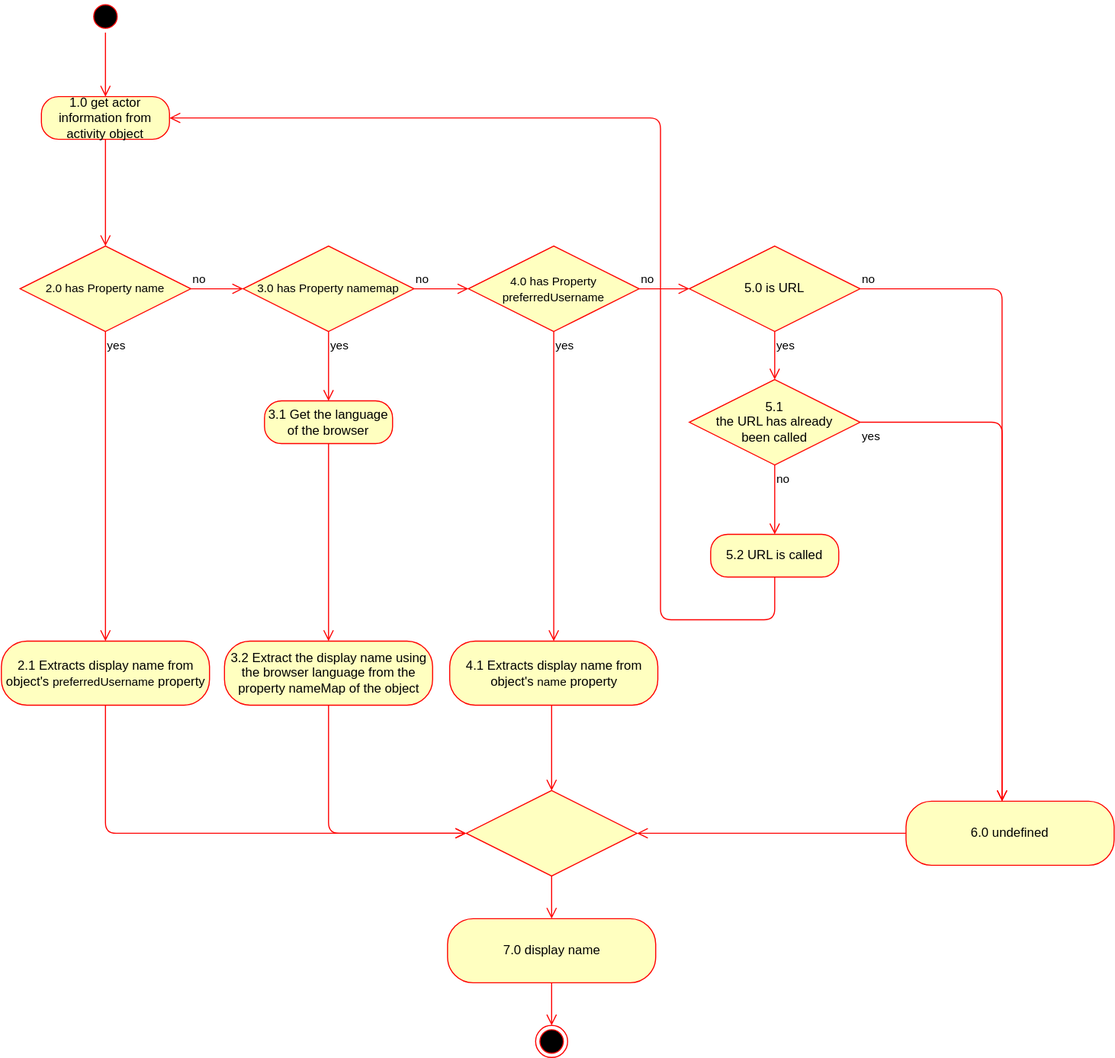
Before: documents/diagrams/pull-out-actors-add-name-1.svg, a diagram exported from draw.io (mitra-social/docs). Source tidied: cells renumbered, new cells last; positions are measured from the earlier drawing's top-left corner, leaving out a move shared by most shapes. Its diagram source:
```xml
<mxGraphModel>
  <root>
    <mxCell id="0" />
    <mxCell id="1" parent="0" />
    <mxCell id="2" style="ellipse;html=1;shape=startState;fillColor=#000000;strokeColor=#ff0000;" parent="1" vertex="1">
      <mxGeometry x="83" width="30" height="30" as="geometry" />
    </mxCell>
    <mxCell id="3" style="edgeStyle=orthogonalEdgeStyle;html=1;verticalAlign=bottom;endArrow=open;endSize=8;strokeColor=#ff0000;" parent="1" edge="1" source="2" target="4">
      <mxGeometry relative="1" as="geometry" />
    </mxCell>
    <mxCell id="4" value="1.0 get actor information from activity object" style="rounded=1;whiteSpace=wrap;html=1;arcSize=40;fontColor=#000000;fillColor=#ffffc0;strokeColor=#ff0000;" parent="1" vertex="1">
      <mxGeometry x="38" y="90" width="120" height="40" as="geometry" />
    </mxCell>
    <mxCell id="5" style="edgeStyle=orthogonalEdgeStyle;html=1;verticalAlign=bottom;endArrow=open;endSize=8;strokeColor=#ff0000;" parent="1" edge="1" source="4" target="6">
      <mxGeometry relative="1" as="geometry" />
    </mxCell>
    <mxCell id="6" value="&lt;span style=&quot;font-size: 11px&quot;&gt;2.0 has Property name&lt;/span&gt;" style="rhombus;whiteSpace=wrap;html=1;fillColor=#ffffc0;strokeColor=#ff0000;flipH=1;flipV=1;" parent="1" vertex="1">
      <mxGeometry x="18" y="230" width="160" height="80" as="geometry" />
    </mxCell>
    <mxCell id="7" value="no" style="edgeStyle=orthogonalEdgeStyle;html=1;align=left;verticalAlign=bottom;endArrow=open;endSize=8;strokeColor=#ff0000;" parent="1" edge="1" source="6" target="9">
      <mxGeometry x="-1" relative="1" as="geometry">
        <Array as="points">
          <mxPoint x="268" y="270" />
          <mxPoint x="268" y="270" />
        </Array>
      </mxGeometry>
    </mxCell>
    <mxCell id="8" value="yes" style="edgeStyle=orthogonalEdgeStyle;html=1;align=left;verticalAlign=top;endArrow=open;endSize=8;strokeColor=#ff0000;" parent="1" edge="1" source="6" target="18">
      <mxGeometry x="-1" relative="1" as="geometry" />
    </mxCell>
    <mxCell id="9" value="&lt;span style=&quot;font-size: 11px&quot;&gt;3.0 has Property namemap&lt;/span&gt;" style="rhombus;whiteSpace=wrap;html=1;fillColor=#ffffc0;strokeColor=#ff0000;flipH=1;flipV=1;" parent="1" vertex="1">
      <mxGeometry x="227" y="230" width="160" height="80" as="geometry" />
    </mxCell>
    <mxCell id="10" value="no" style="edgeStyle=orthogonalEdgeStyle;html=1;align=left;verticalAlign=bottom;endArrow=open;endSize=8;strokeColor=#ff0000;" parent="1" edge="1" source="9" target="12">
      <mxGeometry x="-1" relative="1" as="geometry" />
    </mxCell>
    <mxCell id="11" value="yes" style="edgeStyle=orthogonalEdgeStyle;html=1;align=left;verticalAlign=top;endArrow=open;endSize=8;strokeColor=#ff0000;" parent="1" edge="1" source="9" target="22">
      <mxGeometry x="-1" relative="1" as="geometry" />
    </mxCell>
    <mxCell id="12" value="&lt;span style=&quot;font-size: 11px&quot;&gt;4.0 has Property preferredUsername&lt;/span&gt;" style="rhombus;whiteSpace=wrap;html=1;fillColor=#ffffc0;strokeColor=#ff0000;flipH=1;flipV=1;" parent="1" vertex="1">
      <mxGeometry x="438" y="230" width="160" height="80" as="geometry" />
    </mxCell>
    <mxCell id="13" value="no" style="edgeStyle=orthogonalEdgeStyle;html=1;align=left;verticalAlign=bottom;endArrow=open;endSize=8;strokeColor=#ff0000;" parent="1" edge="1" source="12" target="15">
      <mxGeometry x="-1" relative="1" as="geometry" />
    </mxCell>
    <mxCell id="14" value="yes" style="edgeStyle=orthogonalEdgeStyle;html=1;align=left;verticalAlign=top;endArrow=open;endSize=8;strokeColor=#ff0000;" parent="1" edge="1" source="12" target="20">
      <mxGeometry x="-1" relative="1" as="geometry">
        <Array as="points">
          <mxPoint x="518" y="330" />
          <mxPoint x="518" y="330" />
        </Array>
      </mxGeometry>
    </mxCell>
    <mxCell id="15" value="5.0 is URL" style="rhombus;whiteSpace=wrap;html=1;fillColor=#ffffc0;strokeColor=#ff0000;flipH=0;flipV=0;" parent="1" vertex="1">
      <mxGeometry x="645" y="230" width="160" height="80" as="geometry" />
    </mxCell>
    <mxCell id="16" value="no" style="edgeStyle=orthogonalEdgeStyle;html=1;align=left;verticalAlign=bottom;endArrow=open;endSize=8;strokeColor=#ff0000;" parent="1" edge="1" source="15" target="31">
      <mxGeometry x="-1" relative="1" as="geometry">
        <Array as="points">
          <mxPoint x="938" y="270" />
        </Array>
      </mxGeometry>
    </mxCell>
    <mxCell id="17" value="yes" style="edgeStyle=orthogonalEdgeStyle;html=1;align=left;verticalAlign=top;endArrow=open;endSize=8;strokeColor=#ff0000;" parent="1" edge="1" source="15" target="26">
      <mxGeometry x="-1" relative="1" as="geometry">
        <Array as="points">
          <mxPoint x="725" y="380" />
          <mxPoint x="725" y="380" />
        </Array>
      </mxGeometry>
    </mxCell>
    <mxCell id="18" value="2.1 Extracts display name from object's&amp;nbsp;&lt;span style=&quot;font-size: 11px&quot;&gt;preferredUsername&lt;/span&gt;&amp;nbsp;property" style="rounded=1;whiteSpace=wrap;html=1;arcSize=40;fontColor=#000000;fillColor=#ffffc0;strokeColor=#ff0000;" parent="1" vertex="1">
      <mxGeometry x="0.5" y="600" width="195" height="60" as="geometry" />
    </mxCell>
    <mxCell id="19" style="edgeStyle=orthogonalEdgeStyle;html=1;verticalAlign=bottom;endArrow=open;endSize=8;strokeColor=#ff0000;" parent="1" edge="1" source="18" target="33">
      <mxGeometry relative="1" as="geometry">
        <Array as="points">
          <mxPoint x="98" y="780" />
        </Array>
      </mxGeometry>
    </mxCell>
    <mxCell id="20" value="4.1 Extracts display name from object's&amp;nbsp;&lt;span style=&quot;font-size: 11px&quot;&gt;name&lt;/span&gt;&amp;nbsp;property" style="rounded=1;whiteSpace=wrap;html=1;arcSize=40;fontColor=#000000;fillColor=#ffffc0;strokeColor=#ff0000;" parent="1" vertex="1">
      <mxGeometry x="420.5" y="600" width="195" height="60" as="geometry" />
    </mxCell>
    <mxCell id="21" style="edgeStyle=orthogonalEdgeStyle;html=1;verticalAlign=bottom;endArrow=open;endSize=8;strokeColor=#ff0000;" parent="1" edge="1" source="20" target="33">
      <mxGeometry relative="1" as="geometry">
        <Array as="points">
          <mxPoint x="516" y="700" />
          <mxPoint x="516" y="700" />
        </Array>
      </mxGeometry>
    </mxCell>
    <mxCell id="22" value="3.1 Get the language of the browser" style="rounded=1;whiteSpace=wrap;html=1;arcSize=40;fontColor=#000000;fillColor=#ffffc0;strokeColor=#ff0000;" parent="1" vertex="1">
      <mxGeometry x="247" y="375" width="120" height="40" as="geometry" />
    </mxCell>
    <mxCell id="23" style="edgeStyle=orthogonalEdgeStyle;html=1;verticalAlign=bottom;endArrow=open;endSize=8;strokeColor=#ff0000;" parent="1" edge="1" source="22" target="24">
      <mxGeometry relative="1" as="geometry" />
    </mxCell>
    <mxCell id="24" value="3.2 Extract the display name using the browser language from the property nameMap of the object" style="rounded=1;whiteSpace=wrap;html=1;arcSize=40;fontColor=#000000;fillColor=#ffffc0;strokeColor=#ff0000;" parent="1" vertex="1">
      <mxGeometry x="209.5" y="600" width="195" height="60" as="geometry" />
    </mxCell>
    <mxCell id="25" style="edgeStyle=orthogonalEdgeStyle;html=1;verticalAlign=bottom;endArrow=open;endSize=8;strokeColor=#ff0000;" parent="1" edge="1" source="24" target="33">
      <mxGeometry relative="1" as="geometry">
        <Array as="points">
          <mxPoint x="307" y="780" />
        </Array>
      </mxGeometry>
    </mxCell>
    <mxCell id="26" value="5.1 &lt;br&gt;the URL has already &lt;br&gt;been called" style="rhombus;whiteSpace=wrap;html=1;fillColor=#ffffc0;strokeColor=#ff0000;flipH=0;flipV=0;" parent="1" vertex="1">
      <mxGeometry x="645" y="355" width="160" height="80" as="geometry" />
    </mxCell>
    <mxCell id="27" value="no" style="edgeStyle=orthogonalEdgeStyle;html=1;align=left;verticalAlign=top;endArrow=open;endSize=8;strokeColor=#ff0000;" parent="1" edge="1" source="26" target="29">
      <mxGeometry x="-1" relative="1" as="geometry">
        <Array as="points">
          <mxPoint x="725" y="460" />
          <mxPoint x="725" y="460" />
        </Array>
      </mxGeometry>
    </mxCell>
    <mxCell id="28" value="yes" style="edgeStyle=orthogonalEdgeStyle;html=1;align=left;verticalAlign=top;endArrow=open;endSize=8;strokeColor=#ff0000;" parent="1" edge="1" source="26" target="31">
      <mxGeometry x="-1" relative="1" as="geometry">
        <Array as="points">
          <mxPoint x="938" y="395" />
        </Array>
      </mxGeometry>
    </mxCell>
    <mxCell id="29" value="5.2 URL is called" style="rounded=1;whiteSpace=wrap;html=1;arcSize=40;fontColor=#000000;fillColor=#ffffc0;strokeColor=#ff0000;flipH=0;flipV=0;" parent="1" vertex="1">
      <mxGeometry x="665" y="500" width="120" height="40" as="geometry" />
    </mxCell>
    <mxCell id="30" style="edgeStyle=orthogonalEdgeStyle;html=1;verticalAlign=bottom;endArrow=open;endSize=8;strokeColor=#ff0000;align=left;jumpStyle=none;" parent="1" edge="1" source="29" target="4">
      <mxGeometry relative="1" as="geometry">
        <Array as="points">
          <mxPoint x="725" y="580" />
          <mxPoint x="618" y="580" />
          <mxPoint x="618" y="110" />
        </Array>
      </mxGeometry>
    </mxCell>
    <mxCell id="31" value="6.0 undefined" style="rounded=1;whiteSpace=wrap;html=1;arcSize=40;fontColor=#000000;fillColor=#ffffc0;strokeColor=#ff0000;" parent="1" vertex="1">
      <mxGeometry x="848" y="750" width="195" height="60" as="geometry" />
    </mxCell>
    <mxCell id="32" style="edgeStyle=orthogonalEdgeStyle;html=1;verticalAlign=bottom;endArrow=open;endSize=8;strokeColor=#ff0000;align=left;" parent="1" edge="1" source="31" target="33">
      <mxGeometry relative="1" as="geometry">
        <Array as="points">
          <mxPoint x="945" y="780" />
        </Array>
      </mxGeometry>
    </mxCell>
    <mxCell id="33" style="rhombus;whiteSpace=wrap;html=1;fillColor=#ffffc0;strokeColor=#ff0000;" parent="1" vertex="1">
      <mxGeometry x="436" y="740" width="160" height="80" as="geometry" />
    </mxCell>
    <mxCell id="34" style="edgeStyle=orthogonalEdgeStyle;html=1;align=left;verticalAlign=top;endArrow=open;endSize=8;strokeColor=#ff0000;" parent="1" edge="1" source="33" target="35">
      <mxGeometry x="-1" relative="1" as="geometry" />
    </mxCell>
    <mxCell id="35" value="7.0 display name" style="rounded=1;whiteSpace=wrap;html=1;arcSize=40;fontColor=#000000;fillColor=#ffffc0;strokeColor=#ff0000;" parent="1" vertex="1">
      <mxGeometry x="418.5" y="860" width="195" height="60" as="geometry" />
    </mxCell>
    <mxCell id="36" style="edgeStyle=orthogonalEdgeStyle;html=1;verticalAlign=bottom;endArrow=open;endSize=8;strokeColor=#ff0000;align=left;" parent="1" edge="1" source="35" target="37">
      <mxGeometry relative="1" as="geometry" />
    </mxCell>
    <mxCell id="37" style="ellipse;html=1;shape=endState;fillColor=#000000;strokeColor=#ff0000;" parent="1" vertex="1">
      <mxGeometry x="501" y="960" width="30" height="30" as="geometry" />
    </mxCell>
  </root>
</mxGraphModel>
```
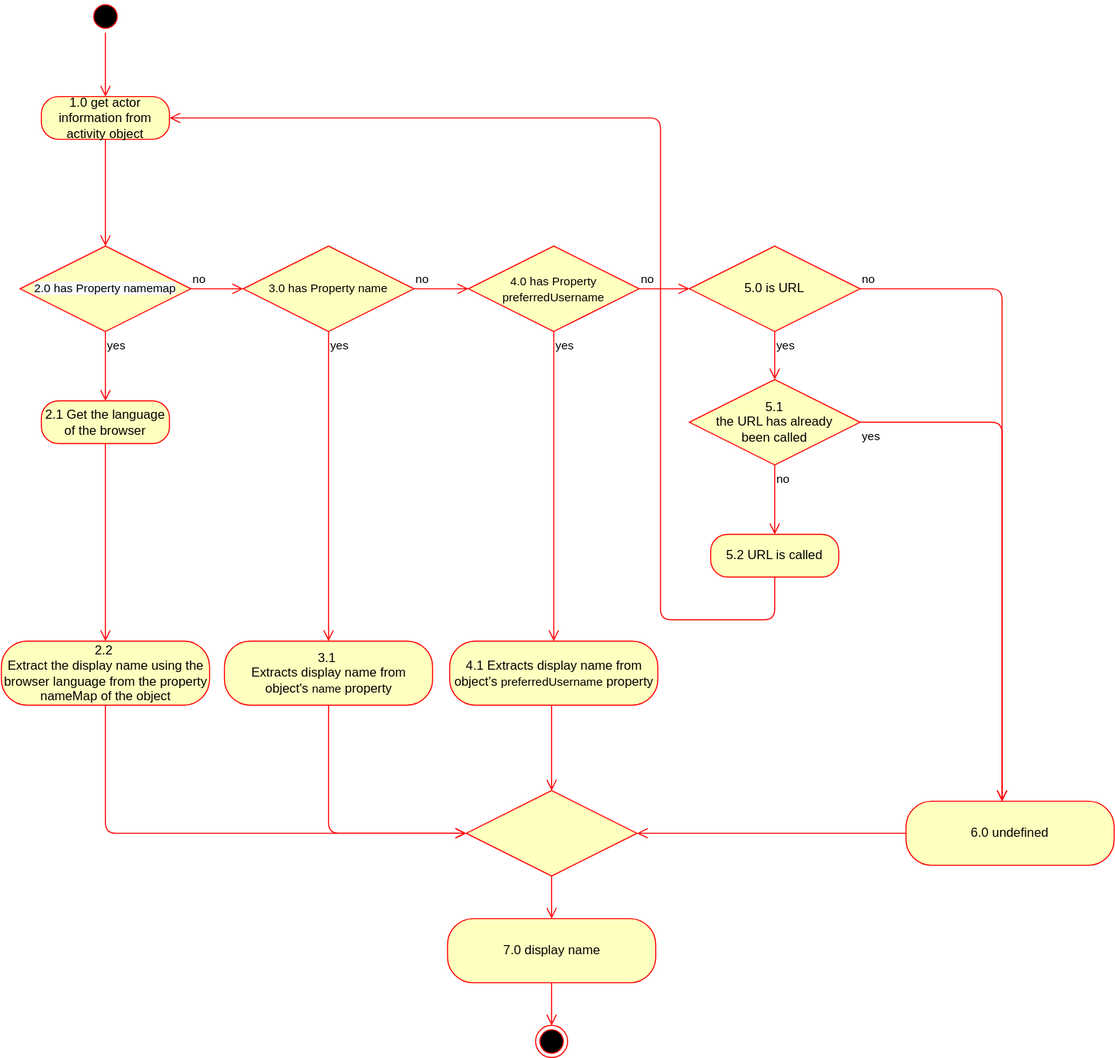
Later version of the same file.

Commit message:
Update activity diagramm

Change to the diagram source:
```diff
@@ -14,7 +14,7 @@
     <mxCell id="5" style="edgeStyle=orthogonalEdgeStyle;html=1;verticalAlign=bottom;endArrow=open;endSize=8;strokeColor=#ff0000;" parent="1" edge="1" source="4" target="6">
       <mxGeometry relative="1" as="geometry" />
     </mxCell>
-    <mxCell id="6" value="&lt;span style=&quot;font-size: 11px&quot;&gt;2.0 has Property name&lt;/span&gt;" style="rhombus;whiteSpace=wrap;html=1;fillColor=#ffffc0;strokeColor=#ff0000;flipH=1;flipV=1;" parent="1" vertex="1">
+    <mxCell id="6" value="&lt;span style=&quot;color: rgb(0 , 0 , 0) ; font-family: &amp;#34;helvetica&amp;#34; ; font-size: 11px ; font-style: normal ; font-weight: 400 ; letter-spacing: normal ; text-align: center ; text-indent: 0px ; text-transform: none ; word-spacing: 0px ; background-color: rgb(248 , 249 , 250) ; display: inline ; float: none&quot;&gt;2.0 has Property namemap&lt;/span&gt;" style="rhombus;whiteSpace=wrap;html=1;fillColor=#ffffc0;strokeColor=#ff0000;flipH=1;flipV=1;" parent="1" vertex="1">
       <mxGeometry x="18" y="230" width="160" height="80" as="geometry" />
     </mxCell>
     <mxCell id="7" value="no" style="edgeStyle=orthogonalEdgeStyle;html=1;align=left;verticalAlign=bottom;endArrow=open;endSize=8;strokeColor=#ff0000;" parent="1" edge="1" source="6" target="9">
@@ -25,16 +25,16 @@
         </Array>
       </mxGeometry>
     </mxCell>
-    <mxCell id="8" value="yes" style="edgeStyle=orthogonalEdgeStyle;html=1;align=left;verticalAlign=top;endArrow=open;endSize=8;strokeColor=#ff0000;" parent="1" edge="1" source="6" target="18">
+    <mxCell id="8" value="yes" style="edgeStyle=orthogonalEdgeStyle;html=1;align=left;verticalAlign=top;endArrow=open;endSize=8;strokeColor=#ff0000;" parent="1" edge="1" source="9" target="24">
       <mxGeometry x="-1" relative="1" as="geometry" />
     </mxCell>
-    <mxCell id="9" value="&lt;span style=&quot;font-size: 11px&quot;&gt;3.0 has Property namemap&lt;/span&gt;" style="rhombus;whiteSpace=wrap;html=1;fillColor=#ffffc0;strokeColor=#ff0000;flipH=1;flipV=1;" parent="1" vertex="1">
+    <mxCell id="9" value="&lt;span style=&quot;font-size: 11px&quot;&gt;3.0 has Property name&lt;/span&gt;" style="rhombus;whiteSpace=wrap;html=1;fillColor=#ffffc0;strokeColor=#ff0000;flipH=1;flipV=1;" parent="1" vertex="1">
       <mxGeometry x="227" y="230" width="160" height="80" as="geometry" />
     </mxCell>
     <mxCell id="10" value="no" style="edgeStyle=orthogonalEdgeStyle;html=1;align=left;verticalAlign=bottom;endArrow=open;endSize=8;strokeColor=#ff0000;" parent="1" edge="1" source="9" target="12">
       <mxGeometry x="-1" relative="1" as="geometry" />
     </mxCell>
-    <mxCell id="11" value="yes" style="edgeStyle=orthogonalEdgeStyle;html=1;align=left;verticalAlign=top;endArrow=open;endSize=8;strokeColor=#ff0000;" parent="1" edge="1" source="9" target="22">
+    <mxCell id="11" value="yes" style="edgeStyle=orthogonalEdgeStyle;html=1;align=left;verticalAlign=top;endArrow=open;endSize=8;strokeColor=#ff0000;" parent="1" edge="1" source="6" target="22">
       <mxGeometry x="-1" relative="1" as="geometry" />
     </mxCell>
     <mxCell id="12" value="&lt;span style=&quot;font-size: 11px&quot;&gt;4.0 has Property preferredUsername&lt;/span&gt;" style="rhombus;whiteSpace=wrap;html=1;fillColor=#ffffc0;strokeColor=#ff0000;flipH=1;flipV=1;" parent="1" vertex="1">
@@ -69,7 +69,7 @@
         </Array>
       </mxGeometry>
     </mxCell>
-    <mxCell id="18" value="2.1 Extracts display name from object's&amp;nbsp;&lt;span style=&quot;font-size: 11px&quot;&gt;preferredUsername&lt;/span&gt;&amp;nbsp;property" style="rounded=1;whiteSpace=wrap;html=1;arcSize=40;fontColor=#000000;fillColor=#ffffc0;strokeColor=#ff0000;" parent="1" vertex="1">
+    <mxCell id="18" value="2.2&amp;nbsp;&lt;br&gt;Extract the display name using the browser language from the property nameMap of the object" style="rounded=1;whiteSpace=wrap;html=1;arcSize=40;fontColor=#000000;fillColor=#ffffc0;strokeColor=#ff0000;" parent="1" vertex="1">
       <mxGeometry x="0.5" y="600" width="195" height="60" as="geometry" />
     </mxCell>
     <mxCell id="19" style="edgeStyle=orthogonalEdgeStyle;html=1;verticalAlign=bottom;endArrow=open;endSize=8;strokeColor=#ff0000;" parent="1" edge="1" source="18" target="33">
@@ -79,7 +79,7 @@
         </Array>
       </mxGeometry>
     </mxCell>
-    <mxCell id="20" value="4.1 Extracts display name from object's&amp;nbsp;&lt;span style=&quot;font-size: 11px&quot;&gt;name&lt;/span&gt;&amp;nbsp;property" style="rounded=1;whiteSpace=wrap;html=1;arcSize=40;fontColor=#000000;fillColor=#ffffc0;strokeColor=#ff0000;" parent="1" vertex="1">
+    <mxCell id="20" value="4.1 Extracts display name from object's&amp;nbsp;&lt;span style=&quot;font-size: 11px&quot;&gt;preferredUsername&lt;/span&gt;&amp;nbsp;property" style="rounded=1;whiteSpace=wrap;html=1;arcSize=40;fontColor=#000000;fillColor=#ffffc0;strokeColor=#ff0000;" parent="1" vertex="1">
       <mxGeometry x="420.5" y="600" width="195" height="60" as="geometry" />
     </mxCell>
     <mxCell id="21" style="edgeStyle=orthogonalEdgeStyle;html=1;verticalAlign=bottom;endArrow=open;endSize=8;strokeColor=#ff0000;" parent="1" edge="1" source="20" target="33">
@@ -90,13 +90,13 @@
         </Array>
       </mxGeometry>
     </mxCell>
-    <mxCell id="22" value="3.1 Get the language of the browser" style="rounded=1;whiteSpace=wrap;html=1;arcSize=40;fontColor=#000000;fillColor=#ffffc0;strokeColor=#ff0000;" parent="1" vertex="1">
-      <mxGeometry x="247" y="375" width="120" height="40" as="geometry" />
+    <mxCell id="22" value="2.1 Get the language of the browser" style="rounded=1;whiteSpace=wrap;html=1;arcSize=40;fontColor=#000000;fillColor=#ffffc0;strokeColor=#ff0000;" parent="1" vertex="1">
+      <mxGeometry x="38" y="375" width="120" height="40" as="geometry" />
     </mxCell>
-    <mxCell id="23" style="edgeStyle=orthogonalEdgeStyle;html=1;verticalAlign=bottom;endArrow=open;endSize=8;strokeColor=#ff0000;" parent="1" edge="1" source="22" target="24">
+    <mxCell id="23" style="edgeStyle=orthogonalEdgeStyle;html=1;verticalAlign=bottom;endArrow=open;endSize=8;strokeColor=#ff0000;" parent="1" edge="1" source="22" target="18">
       <mxGeometry relative="1" as="geometry" />
     </mxCell>
-    <mxCell id="24" value="3.2 Extract the display name using the browser language from the property nameMap of the object" style="rounded=1;whiteSpace=wrap;html=1;arcSize=40;fontColor=#000000;fillColor=#ffffc0;strokeColor=#ff0000;" parent="1" vertex="1">
+    <mxCell id="24" value="3.1&amp;nbsp;&lt;br&gt;Extracts display name from object's&amp;nbsp;&lt;span style=&quot;font-size: 11px&quot;&gt;name&lt;/span&gt;&amp;nbsp;property" style="rounded=1;whiteSpace=wrap;html=1;arcSize=40;fontColor=#000000;fillColor=#ffffc0;strokeColor=#ff0000;" parent="1" vertex="1">
       <mxGeometry x="209.5" y="600" width="195" height="60" as="geometry" />
     </mxCell>
     <mxCell id="25" style="edgeStyle=orthogonalEdgeStyle;html=1;verticalAlign=bottom;endArrow=open;endSize=8;strokeColor=#ff0000;" parent="1" edge="1" source="24" target="33">
```
